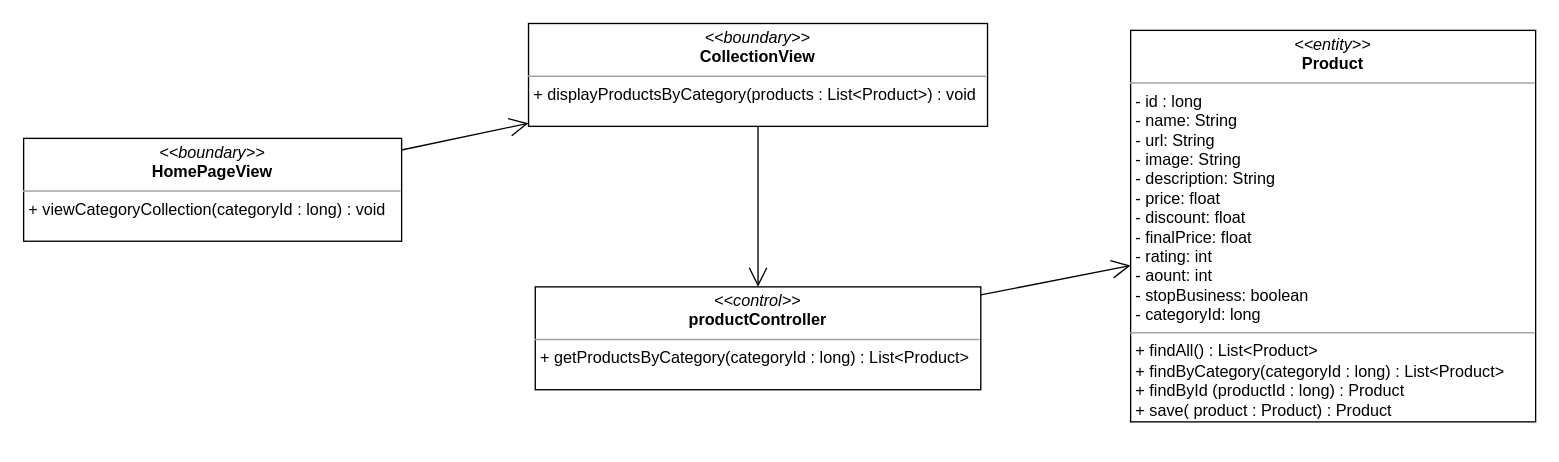
The draw.io diagram class diagram/get-product-by-category-class-digram.drawio in nguyenphamvan/datn_20202, before the edit. Source tidied: cells renumbered, new cells numbered last; positions are measured from the earlier drawing's top-left corner, leaving out a move shared by most shapes. Both pictures are drawn from the tidied source at 135%, with x=0, y=0 at pixel (23, 23).
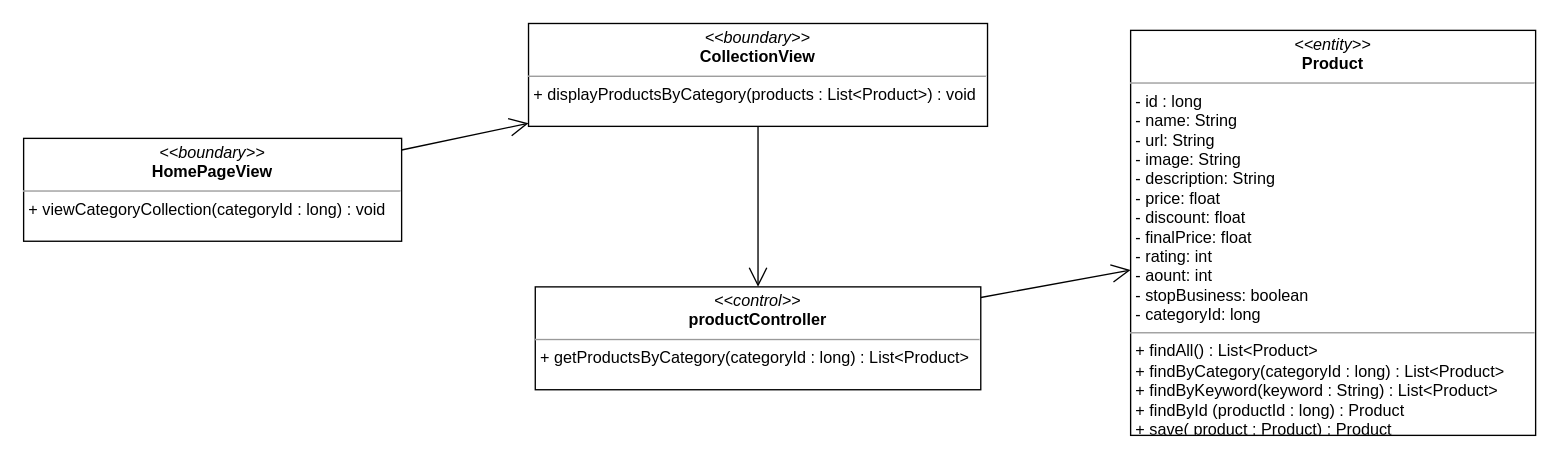
The same diagram, later.

What changed in the source:
```diff
@@
 <mxGraphModel>
   <root>
     <mxCell id="0" />
     <mxCell id="1" parent="0" />
     <mxCell id="2" value="&lt;p style=&quot;margin: 0px ; margin-top: 4px ; text-align: center&quot;&gt;&lt;i&gt;&amp;lt;&amp;lt;boundary&amp;gt;&amp;gt;&lt;/i&gt;&lt;br&gt;&lt;b&gt;CollectionView&lt;/b&gt;&lt;/p&gt;&lt;hr size=&quot;1&quot;&gt;&lt;p style=&quot;margin: 0px ; margin-left: 4px&quot;&gt;&lt;span&gt;+ displayProductsByCategory(products : List&amp;lt;Product&amp;gt;) : void&lt;/span&gt;&lt;br&gt;&lt;/p&gt;" style="verticalAlign=top;align=left;overflow=fill;fontSize=12;fontFamily=Helvetica;html=1;" parent="1" vertex="1">
       <mxGeometry x="374" y="-0.1" width="340" height="76.2" as="geometry" />
     </mxCell>
-    <mxCell id="3" value="&lt;p style=&quot;margin: 0px ; margin-top: 4px ; text-align: center&quot;&gt;&lt;i&gt;&amp;lt;&amp;lt;entity&amp;gt;&amp;gt;&lt;/i&gt;&lt;br&gt;&lt;b&gt;Product&lt;/b&gt;&lt;/p&gt;&lt;hr size=&quot;1&quot;&gt;&lt;p style=&quot;margin: 0px ; margin-left: 4px&quot;&gt;- id : long&lt;/p&gt;&lt;p style=&quot;margin: 0px ; margin-left: 4px&quot;&gt;- name: String&lt;br&gt;- url: String&lt;/p&gt;&lt;p style=&quot;margin: 0px ; margin-left: 4px&quot;&gt;- image: String&lt;/p&gt;&lt;p style=&quot;margin: 0px ; margin-left: 4px&quot;&gt;- description: String&lt;/p&gt;&lt;p style=&quot;margin: 0px ; margin-left: 4px&quot;&gt;- price: float&lt;/p&gt;&lt;p style=&quot;margin: 0px ; margin-left: 4px&quot;&gt;- discount: float&lt;/p&gt;&lt;p style=&quot;margin: 0px ; margin-left: 4px&quot;&gt;- finalPrice: float&lt;/p&gt;&lt;p style=&quot;margin: 0px ; margin-left: 4px&quot;&gt;- rating: int&lt;/p&gt;&lt;p style=&quot;margin: 0px ; margin-left: 4px&quot;&gt;- aount: int&lt;/p&gt;&lt;p style=&quot;margin: 0px ; margin-left: 4px&quot;&gt;- stopBusiness: boolean&lt;/p&gt;&lt;p style=&quot;margin: 0px ; margin-left: 4px&quot;&gt;- categoryId: long&lt;/p&gt;&lt;hr size=&quot;1&quot;&gt;&lt;p style=&quot;margin: 0px ; margin-left: 4px&quot;&gt;+ findAll() : List&amp;lt;Product&amp;gt;&lt;/p&gt;&lt;p style=&quot;margin: 0px ; margin-left: 4px&quot;&gt;+ findByCategory(categoryId : long) : List&amp;lt;Product&amp;gt;&lt;/p&gt;&lt;p style=&quot;margin: 0px ; margin-left: 4px&quot;&gt;+ findById (productId : long) : Product&lt;/p&gt;&lt;p style=&quot;margin: 0px ; margin-left: 4px&quot;&gt;+ save( product : Product) : Product&lt;/p&gt;" style="verticalAlign=top;align=left;overflow=fill;fontSize=12;fontFamily=Helvetica;html=1;" parent="1" vertex="1">
-      <mxGeometry x="820" y="5" width="300" height="290" as="geometry" />
+    <mxCell id="3" value="&lt;p style=&quot;margin: 0px ; margin-top: 4px ; text-align: center&quot;&gt;&lt;i&gt;&amp;lt;&amp;lt;entity&amp;gt;&amp;gt;&lt;/i&gt;&lt;br&gt;&lt;b&gt;Product&lt;/b&gt;&lt;/p&gt;&lt;hr size=&quot;1&quot;&gt;&lt;p style=&quot;margin: 0px ; margin-left: 4px&quot;&gt;- id : long&lt;/p&gt;&lt;p style=&quot;margin: 0px ; margin-left: 4px&quot;&gt;- name: String&lt;br&gt;- url: String&lt;/p&gt;&lt;p style=&quot;margin: 0px ; margin-left: 4px&quot;&gt;- image: String&lt;/p&gt;&lt;p style=&quot;margin: 0px ; margin-left: 4px&quot;&gt;- description: String&lt;/p&gt;&lt;p style=&quot;margin: 0px ; margin-left: 4px&quot;&gt;- price: float&lt;/p&gt;&lt;p style=&quot;margin: 0px ; margin-left: 4px&quot;&gt;- discount: float&lt;/p&gt;&lt;p style=&quot;margin: 0px ; margin-left: 4px&quot;&gt;- finalPrice: float&lt;/p&gt;&lt;p style=&quot;margin: 0px ; margin-left: 4px&quot;&gt;- rating: int&lt;/p&gt;&lt;p style=&quot;margin: 0px ; margin-left: 4px&quot;&gt;- aount: int&lt;/p&gt;&lt;p style=&quot;margin: 0px ; margin-left: 4px&quot;&gt;- stopBusiness: boolean&lt;/p&gt;&lt;p style=&quot;margin: 0px ; margin-left: 4px&quot;&gt;- categoryId: long&lt;/p&gt;&lt;hr size=&quot;1&quot;&gt;&lt;p style=&quot;margin: 0px 0px 0px 4px&quot;&gt;+ findAll() : List&amp;lt;Product&amp;gt;&lt;/p&gt;&lt;p style=&quot;margin: 0px 0px 0px 4px&quot;&gt;+ findByCategory(categoryId : long) : List&amp;lt;Product&amp;gt;&lt;/p&gt;&lt;p style=&quot;margin: 0px 0px 0px 4px&quot;&gt;+ findByKeyword(keyword : String) : List&amp;lt;Product&amp;gt;&lt;/p&gt;&lt;p style=&quot;margin: 0px 0px 0px 4px&quot;&gt;+ findById (productId : long) : Product&lt;/p&gt;&lt;p style=&quot;margin: 0px 0px 0px 4px&quot;&gt;+ save( product : Product) : Product&lt;/p&gt;" style="verticalAlign=top;align=left;overflow=fill;fontSize=12;fontFamily=Helvetica;html=1;" parent="1" vertex="1">
+      <mxGeometry x="820" y="5" width="300" height="300" as="geometry" />
     </mxCell>
     <mxCell id="4" style="endArrow=open;endFill=1;endSize=12;html=1;" parent="1" edge="1" source="5" target="3">
       <mxGeometry relative="1" as="geometry" />
     </mxCell>
     <mxCell id="5" value="&lt;p style=&quot;margin: 0px ; margin-top: 4px ; text-align: center&quot;&gt;&lt;i&gt;&amp;lt;&amp;lt;control&amp;gt;&amp;gt;&lt;/i&gt;&lt;br&gt;&lt;b&gt;productController&lt;/b&gt;&lt;/p&gt;&lt;hr size=&quot;1&quot;&gt;&lt;p style=&quot;margin: 0px ; margin-left: 4px&quot;&gt;&lt;span&gt;+ getProductsByCategory(categoryId : long) : List&amp;lt;Product&amp;gt;&lt;/span&gt;&lt;br&gt;&lt;/p&gt;" style="verticalAlign=top;align=left;overflow=fill;fontSize=12;fontFamily=Helvetica;html=1;" parent="1" vertex="1">
       <mxGeometry x="379" y="195" width="330" height="76.2" as="geometry" />
     </mxCell>
     <mxCell id="6" value="&lt;p style=&quot;margin: 0px ; margin-top: 4px ; text-align: center&quot;&gt;&lt;i&gt;&amp;lt;&amp;lt;boundary&amp;gt;&amp;gt;&lt;/i&gt;&lt;br&gt;&lt;b&gt;HomePageView&lt;/b&gt;&lt;/p&gt;&lt;hr size=&quot;1&quot;&gt;&lt;p style=&quot;margin: 0px ; margin-left: 4px&quot;&gt;&lt;span&gt;+ viewCategoryCollection(categoryId : long) : void&lt;/span&gt;&lt;/p&gt;" style="verticalAlign=top;align=left;overflow=fill;fontSize=12;fontFamily=Helvetica;html=1;" parent="1" vertex="1">
       <mxGeometry y="85" width="280" height="76.2" as="geometry" />
     </mxCell>
     <mxCell id="7" style="endArrow=open;endFill=1;endSize=12;html=1;" parent="1" edge="1" source="6" target="2">
       <mxGeometry relative="1" as="geometry" />
     </mxCell>
     <mxCell id="8" style="endArrow=open;endFill=1;endSize=12;html=1;" parent="1" edge="1" source="2" target="5">
       <mxGeometry relative="1" as="geometry" />
     </mxCell>
   </root>
 </mxGraphModel>
```
